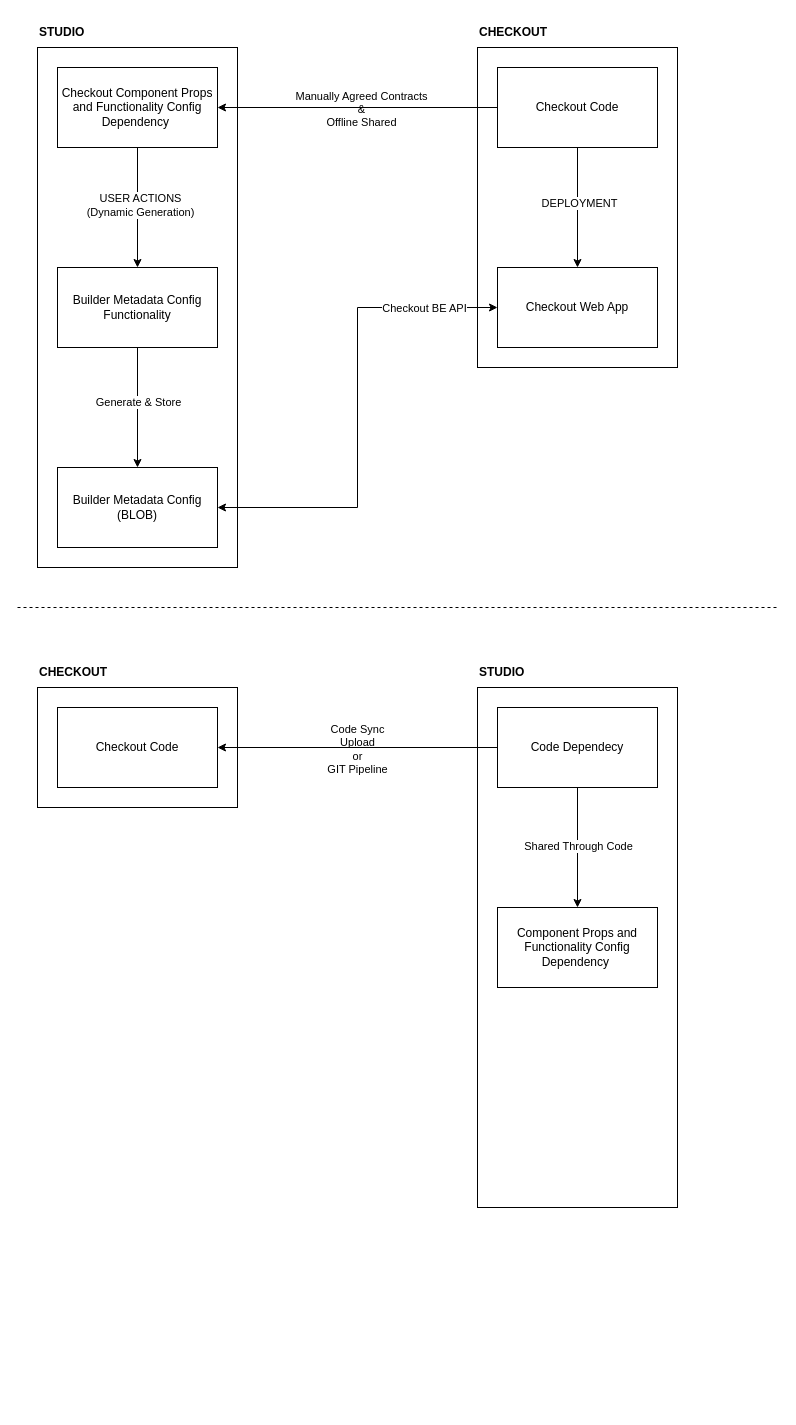
Above: Studio-Application-New-HLD.drawio in ssharifdev/draw.io (draw.io), before the change. Source tidied: cells renumbered, new cells numbered last; positions are measured from the earlier drawing's top-left corner, leaving out a move shared by most shapes. Both pictures are drawn from the tidied source at 100%, with x=0, y=0 at pixel (17, 17).
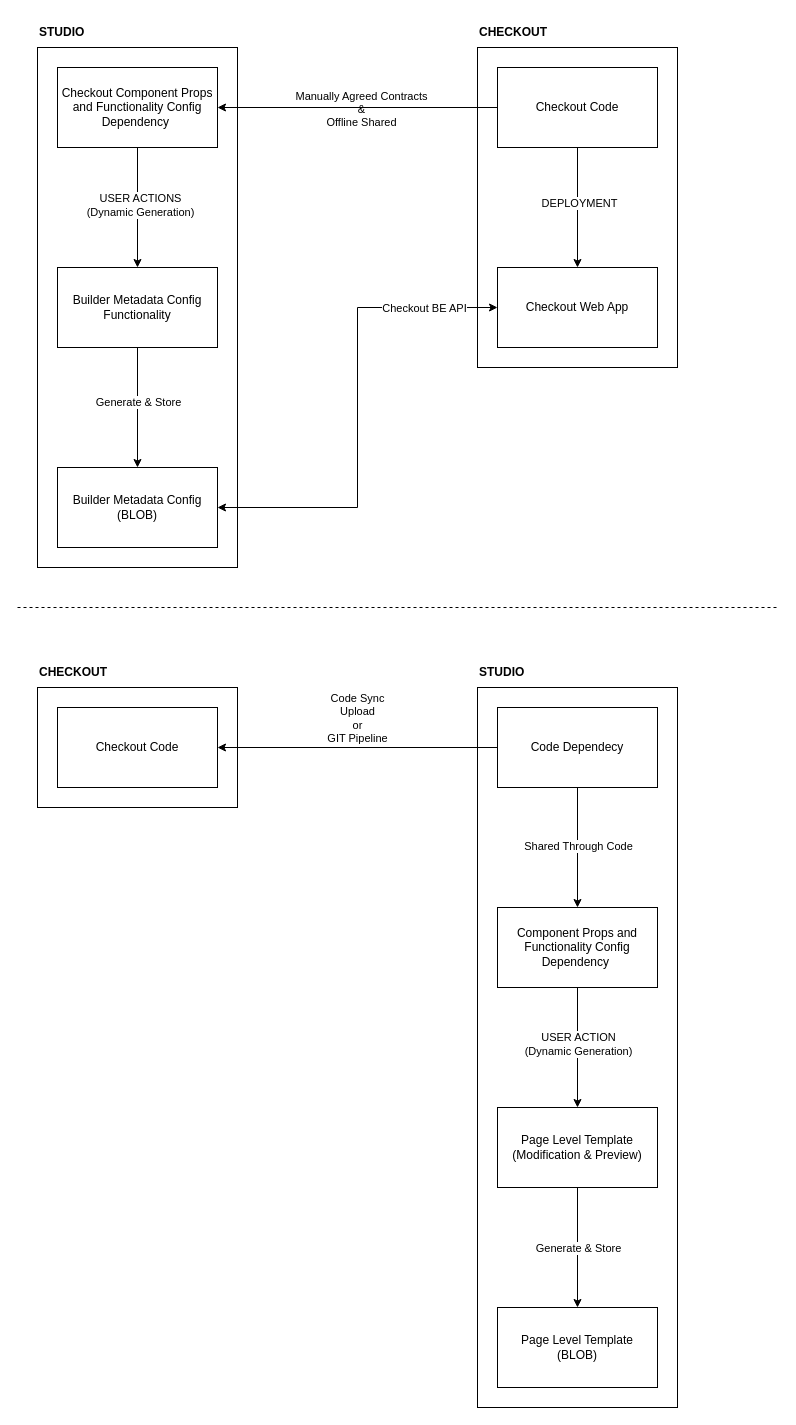
Above is the later version.

The change refers to these unchanged cells:
```xml
<mxCell id="27" style="edgeStyle=orthogonalEdgeStyle;rounded=0;jettySize=auto;html=1;entryX=1;entryY=0.5;entryDx=0;entryDy=0;" parent="1" edge="1" source="31" target="23">
  <mxGeometry relative="1" as="geometry" />
</mxCell>
<mxCell id="32" value="Component Props and Functionality Config Dependency&amp;nbsp;" style="rounded=0;whiteSpace=wrap;html=1;fillColor=none;" parent="1" vertex="1">
  <mxGeometry x="480" y="890" width="160" height="80" as="geometry" />
</mxCell>
```

Change to the diagram source:
```diff
@@
     <mxCell id="25" style="rounded=0;whiteSpace=wrap;html=1;fillColor=none;" parent="1" vertex="1">
-      <mxGeometry x="460" y="670" width="200" height="520" as="geometry" />
+      <mxGeometry x="460" y="670" width="200" height="720" as="geometry" />
     </mxCell>
@@
     <mxCell id="28" value="Code Sync&lt;br&gt;Upload&lt;br&gt;or&lt;br&gt;GIT Pipeline" style="edgeLabel;html=1;align=center;verticalAlign=middle;labelBackgroundColor=none;" parent="27" vertex="1">
-      <mxGeometry x="0.01" y="1" relative="1" as="geometry" />
+      <mxGeometry x="0.01" y="1" relative="1" as="geometry">
+        <mxPoint y="-31" as="offset" />
+      </mxGeometry>
     </mxCell>
@@
+    <mxCell id="33" style="edgeStyle=orthogonalEdgeStyle;rounded=0;jettySize=auto;html=1;entryX=0.5;entryY=0;entryDx=0;entryDy=0;" parent="1" edge="1" source="32" target="37">
+      <mxGeometry relative="1" as="geometry" />
+    </mxCell>
+    <mxCell id="34" value="USER ACTION&lt;br&gt;(Dynamic Generation)" style="edgeLabel;html=1;align=center;verticalAlign=middle;" parent="33" vertex="1">
+      <mxGeometry x="-0.06" relative="1" as="geometry" />
+    </mxCell>
@@
+    <mxCell id="35" style="edgeStyle=orthogonalEdgeStyle;rounded=0;jettySize=auto;html=1;entryX=0.5;entryY=0;entryDx=0;entryDy=0;" parent="1" edge="1" source="37" target="38">
+      <mxGeometry relative="1" as="geometry" />
+    </mxCell>
+    <mxCell id="36" value="Generate &amp;amp; Store" style="edgeLabel;html=1;align=center;verticalAlign=middle;" parent="35" vertex="1">
+      <mxGeometry relative="1" as="geometry" />
+    </mxCell>
+    <mxCell id="37" value="Page Level Template&lt;br&gt;(Modification &amp;amp; Preview)" style="rounded=0;whiteSpace=wrap;html=1;fillColor=none;" parent="1" vertex="1">
+      <mxGeometry x="480" y="1090" width="160" height="80" as="geometry" />
+    </mxCell>
+    <mxCell id="38" value="Page Level Template&lt;br&gt;(BLOB)" style="rounded=0;whiteSpace=wrap;html=1;fillColor=none;" parent="1" vertex="1">
+      <mxGeometry x="480" y="1290" width="160" height="80" as="geometry" />
+    </mxCell>
```
